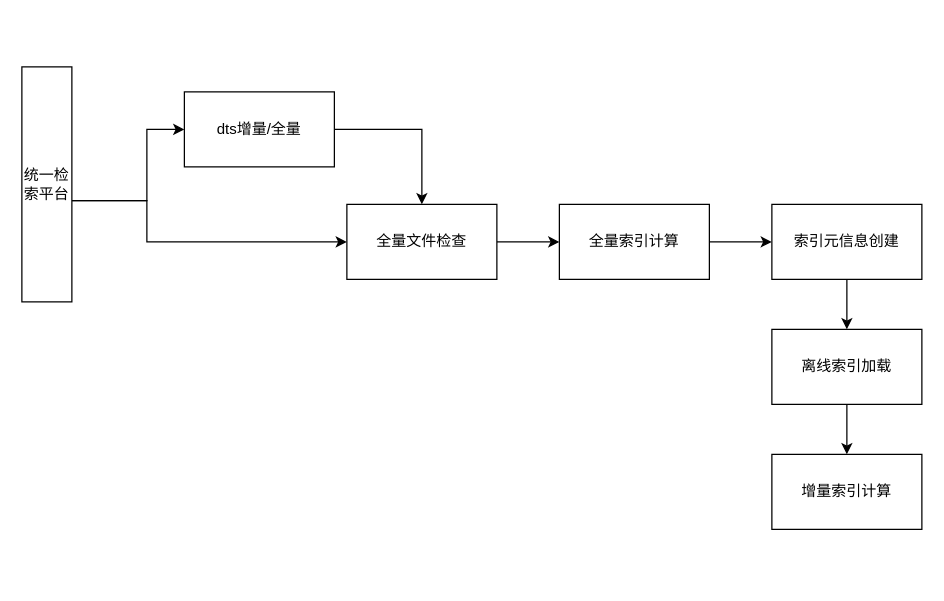
yindongjun/drawio-3 keeps this draw.io diagram as 技术中台-统一检索平台(bos重构-状态机简图).drawio. Above is the earlier version. Source tidied: cells renumbered, new cells numbered last; positions are measured from the earlier drawing's top-left corner, leaving out a move shared by most shapes. Both pictures are drawn from the tidied source at 125%, with x=0, y=0 at pixel (21, 66).
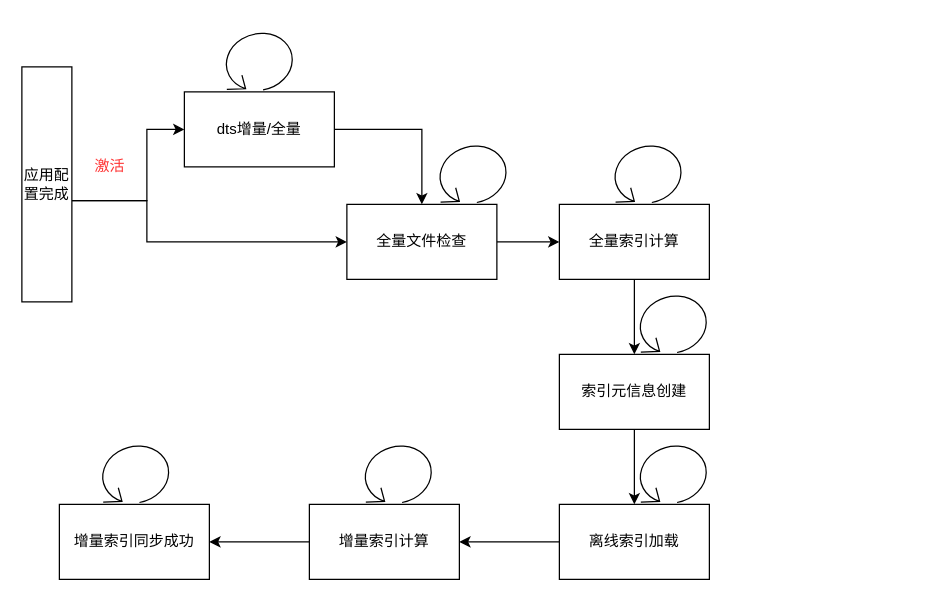
The same page after the edit.

Commit message:
Update 技术中台-统一检索平台(bos重构-状态机简图).drawio

The edit, as a diff of the source:
```diff
@@
-    <mxCell id="4" value="统一检索平台" style="rounded=0;whiteSpace=wrap;html=1;" parent="1" vertex="1">
+    <mxCell id="4" value="应用配置完成" style="rounded=0;whiteSpace=wrap;html=1;" parent="1" vertex="1">
       <mxGeometry width="40" height="188" as="geometry" />
     </mxCell>
@@
     <mxCell id="12" value="索引元信息创建" style="whiteSpace=wrap;html=1;rounded=0;" parent="1" vertex="1">
-      <mxGeometry x="600" y="110" width="120" height="60" as="geometry" />
+      <mxGeometry x="430" y="230" width="120" height="60" as="geometry" />
     </mxCell>
@@
     <mxCell id="14" value="离线索引加载" style="whiteSpace=wrap;html=1;rounded=0;" parent="1" vertex="1">
-      <mxGeometry x="600" y="210" width="120" height="60" as="geometry" />
+      <mxGeometry x="430" y="350" width="120" height="60" as="geometry" />
     </mxCell>
+    <mxCell id="16" style="edgeStyle=orthogonalEdgeStyle;rounded=0;jettySize=auto;html=1;" parent="1" edge="1" source="15" target="17">
+      <mxGeometry relative="1" as="geometry" />
+    </mxCell>
     <mxCell id="15" value="增量索引计算" style="whiteSpace=wrap;html=1;rounded=0;" parent="1" vertex="1">
-      <mxGeometry x="600" y="310" width="120" height="60" as="geometry" />
+      <mxGeometry x="230" y="350" width="120" height="60" as="geometry" />
     </mxCell>
+    <mxCell id="17" value="增量索引同步成功" style="whiteSpace=wrap;html=1;rounded=0;" parent="1" vertex="1">
+      <mxGeometry x="30" y="350" width="120" height="60" as="geometry" />
+    </mxCell>
+    <mxCell id="18" value="&lt;font color=&quot;#ff3333&quot;&gt;激活&lt;/font&gt;" style="text;html=1;align=center;verticalAlign=middle;" parent="1" vertex="1">
+      <mxGeometry x="50" y="70" width="40" height="20" as="geometry" />
+    </mxCell>
+    <mxCell id="19" style="shape=mxgraph.bpmn.loop;html=1;rotation=-15;strokeWidth=1;" parent="1" vertex="1">
+      <mxGeometry x="159" y="-28.8" width="59.8" height="48.7" as="geometry" />
+    </mxCell>
+    <mxCell id="20" style="shape=mxgraph.bpmn.loop;html=1;rotation=-15;strokeWidth=1;" parent="1" vertex="1">
+      <mxGeometry x="330" y="61.3" width="59.8" height="48.7" as="geometry" />
+    </mxCell>
+    <mxCell id="21" style="shape=mxgraph.bpmn.loop;html=1;rotation=-15;strokeWidth=1;" parent="1" vertex="1">
+      <mxGeometry x="470" y="61.3" width="59.8" height="48.7" as="geometry" />
+    </mxCell>
+    <mxCell id="22" style="shape=mxgraph.bpmn.loop;html=1;rotation=-15;strokeWidth=1;" parent="1" vertex="1">
+      <mxGeometry x="490.2" y="181.3" width="59.8" height="48.7" as="geometry" />
+    </mxCell>
+    <mxCell id="23" style="shape=mxgraph.bpmn.loop;html=1;rotation=-15;strokeWidth=1;" parent="1" vertex="1">
+      <mxGeometry x="270.2" y="301.3" width="59.8" height="48.7" as="geometry" />
+    </mxCell>
+    <mxCell id="24" style="shape=mxgraph.bpmn.loop;html=1;rotation=-15;strokeWidth=1;" parent="1" vertex="1">
+      <mxGeometry x="490.2" y="301.3" width="59.8" height="48.7" as="geometry" />
+    </mxCell>
+    <mxCell id="25" style="shape=mxgraph.bpmn.loop;html=1;rotation=-15;strokeWidth=1;" parent="1" vertex="1">
+      <mxGeometry x="60.1" y="301.3" width="59.8" height="48.7" as="geometry" />
+    </mxCell>
```
